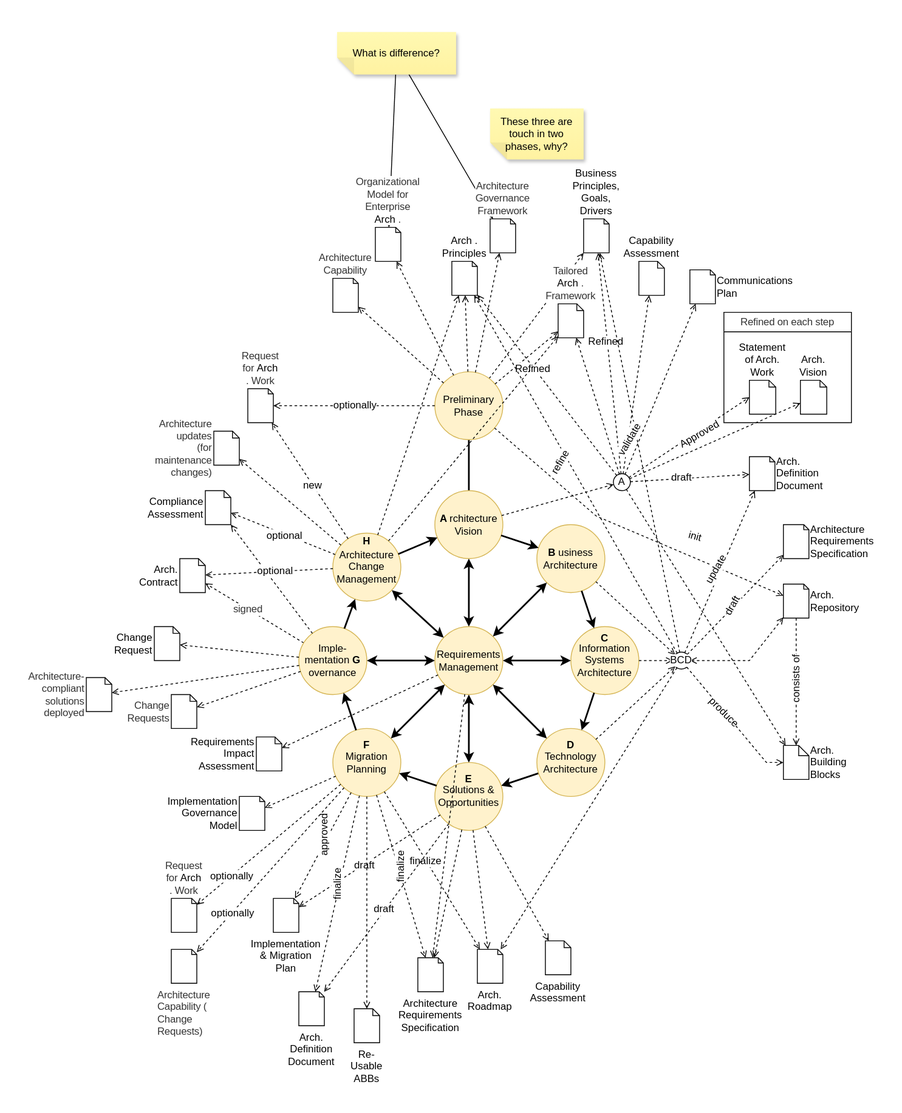
This is togaf-adm.drawio.svg from linnienaryshkin/togaf-architecture-repository, a draw.io export, as it was before one commit. Source tidied: cells renumbered, new cells last; positions are measured from the earlier drawing's top-left corner, leaving out a move shared by most shapes.
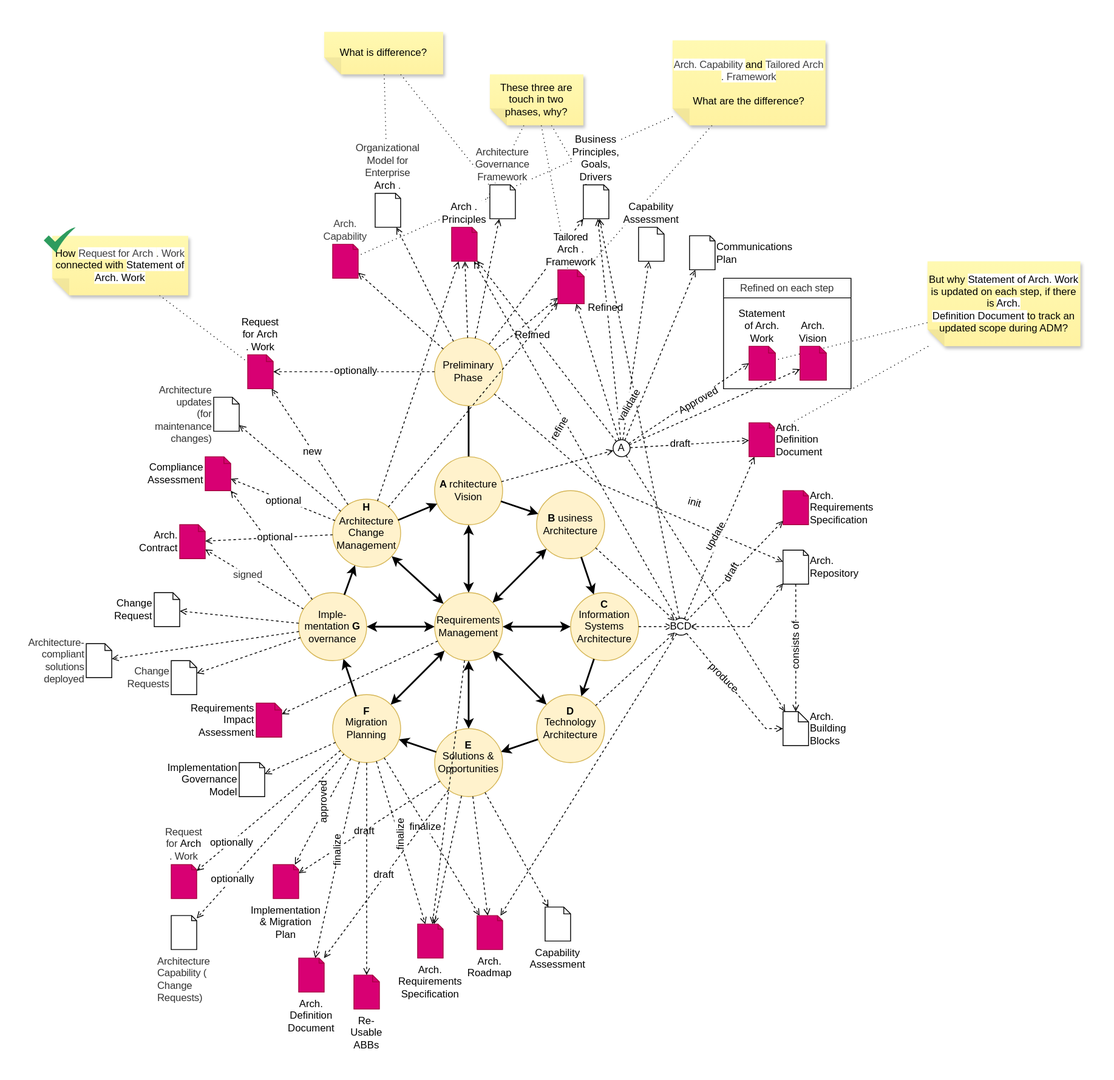
Later version of the same file.

Commit message:
How Request for Arch. Work connected with Statement of Arch. Work

What changed in the source:
```diff
@@ -4,10 +4,34 @@
     <mxCell id="1" parent="0" />
-    <mxCell id="2" style="edgeStyle=none;html=1;fontSize=12;fontFamily=Helvetica;" parent="1" edge="1" source="4" target="100">
+    <mxCell id="2" style="edgeStyle=none;html=1;fontSize=12;fontFamily=Helvetica;dashed=1;dashPattern=1 4;endArrow=none;endFill=0;" parent="1" edge="1" source="4" target="100">
       <mxGeometry relative="1" as="geometry" />
     </mxCell>
-    <mxCell id="3" style="edgeStyle=none;html=1;fontSize=12;fontFamily=Helvetica;" parent="1" edge="1" source="4" target="101">
+    <mxCell id="3" style="edgeStyle=none;html=1;fontSize=12;fontFamily=Helvetica;dashed=1;dashPattern=1 4;endArrow=none;endFill=0;" parent="1" edge="1" source="4" target="101">
       <mxGeometry relative="1" as="geometry" />
     </mxCell>
+    <mxCell id="151" style="edgeStyle=none;html=1;fontSize=12;fontFamily=Helvetica;dashed=1;dashPattern=1 4;endArrow=none;endFill=0;" parent="1" edge="1" source="107" target="82">
+      <mxGeometry relative="1" as="geometry" />
+    </mxCell>
+    <mxCell id="152" style="edgeStyle=none;html=1;fontSize=12;fontFamily=Helvetica;dashed=1;dashPattern=1 4;endArrow=none;endFill=0;" parent="1" edge="1" source="107" target="96">
+      <mxGeometry relative="1" as="geometry" />
+    </mxCell>
+    <mxCell id="153" style="edgeStyle=none;html=1;fontSize=12;fontFamily=Helvetica;dashed=1;dashPattern=1 4;endArrow=none;endFill=0;" parent="1" edge="1" source="107" target="97">
+      <mxGeometry relative="1" as="geometry" />
+    </mxCell>
+    <mxCell id="154" style="edgeStyle=none;html=1;fontSize=12;fontFamily=Helvetica;dashed=1;dashPattern=1 4;endArrow=none;endFill=0;" parent="1" edge="1" source="160" target="99">
+      <mxGeometry relative="1" as="geometry" />
+    </mxCell>
+    <mxCell id="155" style="edgeStyle=none;html=1;fontSize=12;fontFamily=Helvetica;dashed=1;dashPattern=1 4;endArrow=none;endFill=0;" parent="1" edge="1" source="160" target="96">
+      <mxGeometry relative="1" as="geometry" />
+    </mxCell>
+    <mxCell id="156" style="edgeStyle=none;html=1;dashed=1;dashPattern=1 4;endArrow=none;endFill=0;" parent="1" edge="1" source="159" target="98">
+      <mxGeometry relative="1" as="geometry" />
+    </mxCell>
+    <mxCell id="157" style="edgeStyle=none;html=1;dashed=1;dashPattern=1 4;endArrow=none;endFill=0;" parent="1" edge="1" source="162" target="93">
+      <mxGeometry relative="1" as="geometry" />
+    </mxCell>
+    <mxCell id="158" style="edgeStyle=none;html=1;dashed=1;dashPattern=1 4;endArrow=none;endFill=0;" parent="1" edge="1" source="162" target="125">
+      <mxGeometry relative="1" as="geometry" />
+    </mxCell>
     <mxCell id="4" value="What is difference?" style="shape=note;whiteSpace=wrap;html=1;backgroundOutline=1;fontColor=#000000;darkOpacity=0.05;fillColor=#FFF9B2;strokeColor=none;fillStyle=solid;direction=west;gradientDirection=north;gradientColor=#FFF2A1;shadow=1;size=20;fontSize=12;fontFamily=Helvetica;" parent="1" vertex="1">
-      <mxGeometry x="295" width="140" height="50" as="geometry" />
+      <mxGeometry x="280" y="40" width="140" height="50" as="geometry" />
     </mxCell>
@@ -264,3 +288,3 @@
     </mxCell>
-    <mxCell id="80" value="Arch. Contract" style="shape=note;whiteSpace=wrap;html=1;fontSize=12;size=8;labelPosition=left;verticalLabelPosition=middle;align=right;verticalAlign=middle;labelBackgroundColor=default;fontFamily=Helvetica;" parent="1" vertex="1">
+    <mxCell id="80" value="Arch. Contract" style="shape=note;whiteSpace=wrap;html=1;fontSize=12;size=8;labelPosition=left;verticalLabelPosition=middle;align=right;verticalAlign=middle;labelBackgroundColor=default;fontFamily=Helvetica;fillColor=#d80073;fontColor=#000000;strokeColor=#A50040;" parent="1" vertex="1">
       <mxGeometry x="110" y="620" width="30" height="40" as="geometry" />
@@ -270,3 +294,3 @@
     </mxCell>
-    <mxCell id="82" value="&lt;span style=&quot;color: rgb(0, 0, 0);&quot;&gt;Arch&lt;/span&gt;. Principles" style="shape=note;whiteSpace=wrap;html=1;fontSize=12;size=6;labelPosition=center;verticalLabelPosition=top;align=center;verticalAlign=bottom;labelBackgroundColor=default;fontFamily=Helvetica;" parent="1" vertex="1">
+    <mxCell id="82" value="&lt;span style=&quot;&quot;&gt;Arch&lt;/span&gt;. Principles" style="shape=note;whiteSpace=wrap;html=1;fontSize=12;size=6;labelPosition=center;verticalLabelPosition=top;align=center;verticalAlign=bottom;labelBackgroundColor=default;fontFamily=Helvetica;fillColor=#d80073;fontColor=#000000;strokeColor=#A50040;" parent="1" vertex="1">
       <mxGeometry x="430" y="270" width="30" height="40" as="geometry" />
@@ -286,3 +310,3 @@
     </mxCell>
-    <mxCell id="86" value="Arch. Roadmap" style="shape=note;whiteSpace=wrap;html=1;fontSize=12;size=6;labelPosition=center;verticalLabelPosition=bottom;align=center;verticalAlign=top;labelBackgroundColor=default;fontFamily=Helvetica;" parent="1" vertex="1">
+    <mxCell id="86" value="Arch. Roadmap" style="shape=note;whiteSpace=wrap;html=1;fontSize=12;size=6;labelPosition=center;verticalLabelPosition=bottom;align=center;verticalAlign=top;labelBackgroundColor=default;fontFamily=Helvetica;fillColor=#d80073;fontColor=#000000;strokeColor=#A50040;" parent="1" vertex="1">
       <mxGeometry x="460" y="1080" width="30" height="40" as="geometry" />
@@ -298,6 +322,6 @@
     </mxCell>
-    <mxCell id="90" value="Compliance Assessment" style="shape=note;whiteSpace=wrap;html=1;fontSize=12;size=8;labelPosition=left;verticalLabelPosition=middle;align=right;verticalAlign=middle;labelBackgroundColor=default;fontFamily=Helvetica;" parent="1" vertex="1">
+    <mxCell id="90" value="Compliance Assessment" style="shape=note;whiteSpace=wrap;html=1;fontSize=12;size=8;labelPosition=left;verticalLabelPosition=middle;align=right;verticalAlign=middle;labelBackgroundColor=default;fontFamily=Helvetica;fillColor=#d80073;fontColor=#000000;strokeColor=#A50040;" parent="1" vertex="1">
       <mxGeometry x="140" y="540" width="30" height="40" as="geometry" />
     </mxCell>
-    <mxCell id="91" value="Implementation &amp;amp; Migration Plan" style="shape=note;whiteSpace=wrap;html=1;fontSize=12;size=6;labelPosition=center;verticalLabelPosition=bottom;align=center;verticalAlign=top;labelBackgroundColor=default;fontFamily=Helvetica;" parent="1" vertex="1">
+    <mxCell id="91" value="Implementation &amp;amp; Migration Plan" style="shape=note;whiteSpace=wrap;html=1;fontSize=12;size=6;labelPosition=center;verticalLabelPosition=bottom;align=center;verticalAlign=top;labelBackgroundColor=default;fontFamily=Helvetica;fillColor=#d80073;fontColor=#000000;strokeColor=#A50040;" parent="1" vertex="1">
       <mxGeometry x="220" y="1020" width="30" height="40" as="geometry" />
@@ -307,13 +331,13 @@
     </mxCell>
-    <mxCell id="93" value="Arch.&lt;br&gt;Definition Document" style="shape=note;whiteSpace=wrap;html=1;fontSize=12;size=6;labelPosition=right;verticalLabelPosition=middle;align=left;verticalAlign=middle;labelBackgroundColor=default;fontFamily=Helvetica;" parent="1" vertex="1">
+    <mxCell id="93" value="Arch.&lt;br&gt;Definition Document" style="shape=note;whiteSpace=wrap;html=1;fontSize=12;size=6;labelPosition=right;verticalLabelPosition=middle;align=left;verticalAlign=middle;labelBackgroundColor=default;fontFamily=Helvetica;fillColor=#d80073;fontColor=#000000;strokeColor=#A50040;" parent="1" vertex="1">
       <mxGeometry x="780" y="500" width="30" height="40" as="geometry" />
     </mxCell>
-    <mxCell id="94" value="Requirements Impact Assessment" style="shape=note;whiteSpace=wrap;html=1;fontSize=12;size=8;labelPosition=left;verticalLabelPosition=middle;align=right;verticalAlign=middle;labelBackgroundColor=default;fontFamily=Helvetica;" parent="1" vertex="1">
+    <mxCell id="94" value="Requirements Impact Assessment" style="shape=note;whiteSpace=wrap;html=1;fontSize=12;size=8;labelPosition=left;verticalLabelPosition=middle;align=right;verticalAlign=middle;labelBackgroundColor=default;fontFamily=Helvetica;fillColor=#d80073;fontColor=#000000;strokeColor=#A50040;" parent="1" vertex="1">
       <mxGeometry x="200" y="830" width="30" height="40" as="geometry" />
     </mxCell>
-    <mxCell id="95" value="Re-Usable ABBs" style="shape=note;whiteSpace=wrap;html=1;fontSize=12;size=8;labelPosition=center;verticalLabelPosition=bottom;align=center;verticalAlign=top;labelBackgroundColor=default;fontFamily=Helvetica;" parent="1" vertex="1">
+    <mxCell id="95" value="Re-Usable ABBs" style="shape=note;whiteSpace=wrap;html=1;fontSize=12;size=8;labelPosition=center;verticalLabelPosition=bottom;align=center;verticalAlign=top;labelBackgroundColor=default;fontFamily=Helvetica;fillColor=#d80073;fontColor=#000000;strokeColor=#A50040;" parent="1" vertex="1">
       <mxGeometry x="315" y="1150" width="30" height="40" as="geometry" />
     </mxCell>
-    <mxCell id="96" value="&lt;span style=&quot;color: rgba(0, 0, 0, 0.8); letter-spacing: -0.17px; text-align: left;&quot;&gt;Tailored&amp;nbsp;&lt;span style=&quot;color: rgb(0, 0, 0); letter-spacing: normal; text-align: center;&quot;&gt;Arch&lt;/span&gt;. Framework&lt;/span&gt;" style="shape=note;whiteSpace=wrap;html=1;fontSize=12;size=8;labelPosition=center;verticalLabelPosition=top;align=center;verticalAlign=bottom;labelBackgroundColor=default;fontFamily=Helvetica;" parent="1" vertex="1">
-      <mxGeometry x="555" y="320" width="30" height="40" as="geometry" />
+    <mxCell id="96" value="&lt;span style=&quot;letter-spacing: -0.17px; text-align: left;&quot;&gt;Tailored&amp;nbsp;&lt;span style=&quot;letter-spacing: normal; text-align: center;&quot;&gt;Arch&lt;/span&gt;. Framework&lt;/span&gt;" style="shape=note;whiteSpace=wrap;html=1;fontSize=12;size=8;labelPosition=center;verticalLabelPosition=top;align=center;verticalAlign=bottom;labelBackgroundColor=default;fontFamily=Helvetica;fillColor=#d80073;fontColor=#000000;strokeColor=#A50040;" parent="1" vertex="1">
+      <mxGeometry x="555" y="320" width="31" height="40" as="geometry" />
     </mxCell>
@@ -322,6 +346,6 @@
     </mxCell>
-    <mxCell id="98" value="&lt;span style=&quot;color: rgba(0, 0, 0, 0.8); letter-spacing: -0.17px; text-align: left;&quot;&gt;Request for&amp;nbsp;&lt;span style=&quot;color: rgb(0, 0, 0); letter-spacing: normal; text-align: center;&quot;&gt;Arch&lt;/span&gt;. Work&lt;/span&gt;" style="shape=note;whiteSpace=wrap;html=1;fontSize=12;size=6;labelPosition=center;verticalLabelPosition=top;align=center;verticalAlign=bottom;labelBackgroundColor=default;fontFamily=Helvetica;" parent="1" vertex="1">
+    <mxCell id="98" value="&lt;span style=&quot;letter-spacing: -0.17px; text-align: left;&quot;&gt;Request for&amp;nbsp;&lt;span style=&quot;letter-spacing: normal; text-align: center;&quot;&gt;Arch&lt;/span&gt;. Work&lt;/span&gt;" style="shape=note;whiteSpace=wrap;html=1;fontSize=12;size=8;labelPosition=center;verticalLabelPosition=top;align=center;verticalAlign=bottom;labelBackgroundColor=default;fontFamily=Helvetica;fillColor=#d80073;fontColor=#000000;strokeColor=#A50040;" parent="1" vertex="1">
       <mxGeometry x="190" y="420" width="30" height="40" as="geometry" />
     </mxCell>
-    <mxCell id="99" value="&lt;span style=&quot;color: rgba(0, 0, 0, 0.8); letter-spacing: -0.17px; text-align: left;&quot;&gt;Architecture Capability&lt;/span&gt;" style="shape=note;whiteSpace=wrap;html=1;fontSize=12;size=6;labelPosition=center;verticalLabelPosition=top;align=center;verticalAlign=bottom;labelBackgroundColor=default;fontFamily=Helvetica;" parent="1" vertex="1">
+    <mxCell id="99" value="&lt;span style=&quot;color: rgb(63, 63, 63); letter-spacing: -0.17px; text-align: left;&quot;&gt;Arch. Capability&lt;/span&gt;" style="shape=note;whiteSpace=wrap;html=1;fontSize=12;size=6;labelPosition=center;verticalLabelPosition=top;align=center;verticalAlign=bottom;labelBackgroundColor=default;fontFamily=Helvetica;fillColor=#d80073;fontColor=#000000;strokeColor=#A50040;" parent="1" vertex="1">
       <mxGeometry x="290" y="290" width="30" height="40" as="geometry" />
@@ -371,3 +395,3 @@
     </mxCell>
-    <mxCell id="113" value="Architecture Requirements Specification" style="shape=note;whiteSpace=wrap;html=1;fontSize=12;size=6;labelPosition=right;verticalLabelPosition=middle;align=left;verticalAlign=middle;labelBackgroundColor=default;fontFamily=Helvetica;" parent="1" vertex="1">
+    <mxCell id="113" value="&lt;span style=&quot;color: rgb(0, 0, 0); text-align: right;&quot;&gt;Arch. Requirements Specification&lt;/span&gt;" style="shape=note;whiteSpace=wrap;html=1;fontSize=12;size=6;labelPosition=right;verticalLabelPosition=middle;align=left;verticalAlign=middle;labelBackgroundColor=default;fontFamily=Helvetica;fillColor=#d80073;fontColor=#ffffff;strokeColor=#A50040;" parent="1" vertex="1">
       <mxGeometry x="820" y="580" width="30" height="40" as="geometry" />
@@ -382,6 +406,6 @@
     </mxCell>
-    <mxCell id="116" value="Arch.&lt;br&gt;Definition Document" style="shape=note;whiteSpace=wrap;html=1;fontSize=12;size=6;labelPosition=center;verticalLabelPosition=bottom;align=center;verticalAlign=top;labelBackgroundColor=default;fontFamily=Helvetica;" parent="1" vertex="1">
+    <mxCell id="116" value="Arch.&lt;br&gt;Definition Document" style="shape=note;whiteSpace=wrap;html=1;fontSize=12;size=6;labelPosition=center;verticalLabelPosition=bottom;align=center;verticalAlign=top;labelBackgroundColor=default;fontFamily=Helvetica;fillColor=#d80073;fontColor=#000000;strokeColor=#A50040;" parent="1" vertex="1">
       <mxGeometry x="250" y="1130" width="30" height="40" as="geometry" />
     </mxCell>
-    <mxCell id="117" value="Architecture Requirements Specification" style="shape=note;whiteSpace=wrap;html=1;fontSize=12;size=6;labelPosition=center;verticalLabelPosition=bottom;align=center;verticalAlign=top;labelBackgroundColor=default;fontFamily=Helvetica;" parent="1" vertex="1">
+    <mxCell id="117" value="&lt;span style=&quot;color: rgb(0, 0, 0); text-align: right;&quot;&gt;Arch. Requirements Specification&lt;/span&gt;" style="shape=note;whiteSpace=wrap;html=1;fontSize=12;size=6;labelPosition=center;verticalLabelPosition=bottom;align=center;verticalAlign=top;labelBackgroundColor=default;fontFamily=Helvetica;fillColor=#d80073;fontColor=#000000;strokeColor=#A50040;" parent="1" vertex="1">
       <mxGeometry x="390" y="1090" width="30" height="40" as="geometry" />
@@ -409,6 +433,6 @@
     </mxCell>
-    <mxCell id="125" value="Statement of Arch. Work" style="shape=note;whiteSpace=wrap;html=1;fontSize=12;size=8;labelPosition=center;verticalLabelPosition=top;align=center;verticalAlign=bottom;labelBackgroundColor=default;fontFamily=Helvetica;" parent="124" vertex="1">
+    <mxCell id="125" value="Statement of Arch. Work" style="shape=note;whiteSpace=wrap;html=1;fontSize=12;size=8;labelPosition=center;verticalLabelPosition=top;align=center;verticalAlign=bottom;labelBackgroundColor=default;fontFamily=Helvetica;fillColor=#d80073;fontColor=#000000;strokeColor=#A50040;" parent="124" vertex="1">
       <mxGeometry x="30" y="80" width="31" height="40" as="geometry" />
     </mxCell>
-    <mxCell id="126" value="Arch. Vision" style="shape=note;whiteSpace=wrap;html=1;fontSize=12;size=8;labelPosition=center;verticalLabelPosition=top;align=center;verticalAlign=bottom;labelBackgroundColor=default;fontFamily=Helvetica;" parent="124" vertex="1">
+    <mxCell id="126" value="Arch. Vision" style="shape=note;whiteSpace=wrap;html=1;fontSize=12;size=8;labelPosition=center;verticalLabelPosition=top;align=center;verticalAlign=bottom;labelBackgroundColor=default;fontFamily=Helvetica;fillColor=#d80073;fontColor=#000000;strokeColor=#A50040;" parent="124" vertex="1">
       <mxGeometry x="90" y="80" width="31" height="40" as="geometry" />
@@ -431,3 +455,3 @@
     </mxCell>
-    <mxCell id="131" value="&lt;span style=&quot;color: rgba(0, 0, 0, 0.8); letter-spacing: -0.17px; text-align: left;&quot;&gt;Request for&amp;nbsp;&lt;span style=&quot;color: rgb(0, 0, 0); letter-spacing: normal; text-align: center;&quot;&gt;Arch&lt;/span&gt;. Work&lt;/span&gt;" style="shape=note;whiteSpace=wrap;html=1;fontSize=12;size=6;labelPosition=center;verticalLabelPosition=top;align=center;verticalAlign=bottom;labelBackgroundColor=default;fontFamily=Helvetica;" parent="1" vertex="1">
+    <mxCell id="131" value="&lt;span style=&quot;color: rgba(0, 0, 0, 0.8); letter-spacing: -0.17px; text-align: left;&quot;&gt;Request for&amp;nbsp;&lt;span style=&quot;color: rgb(0, 0, 0); letter-spacing: normal; text-align: center;&quot;&gt;Arch&lt;/span&gt;. Work&lt;/span&gt;" style="shape=note;whiteSpace=wrap;html=1;fontSize=12;size=6;labelPosition=center;verticalLabelPosition=top;align=center;verticalAlign=bottom;labelBackgroundColor=default;fontFamily=Helvetica;fillColor=#d80073;fontColor=#ffffff;strokeColor=#A50040;" parent="1" vertex="1">
       <mxGeometry x="100" y="1020" width="30" height="40" as="geometry" />
@@ -491,2 +515,14 @@
     </mxCell>
+    <mxCell id="159" value="How&amp;nbsp;&lt;span style=&quot;color: rgb(63, 63, 63); letter-spacing: -0.17px; text-align: left; background-color: rgb(255, 255, 255);&quot;&gt;Request for&amp;nbsp;&lt;/span&gt;&lt;span style=&quot;color: rgb(63, 63, 63); background-color: rgb(255, 255, 255);&quot;&gt;Arch&lt;/span&gt;&lt;span style=&quot;color: rgb(63, 63, 63); letter-spacing: -0.17px; text-align: left; background-color: rgb(255, 255, 255);&quot;&gt;. Work&lt;/span&gt;&amp;nbsp;connected with&amp;nbsp;&lt;span style=&quot;color: rgb(0, 0, 0); text-align: right; background-color: rgb(255, 255, 255);&quot;&gt;Statement of Arch. Work&lt;/span&gt;" style="shape=note;whiteSpace=wrap;html=1;backgroundOutline=1;fontColor=#000000;darkOpacity=0.05;fillColor=#FFF9B2;strokeColor=none;fillStyle=solid;direction=west;gradientDirection=north;gradientColor=#FFF2A1;shadow=1;size=20;" parent="1" vertex="1">
+      <mxGeometry x="-40" y="280" width="160" height="70" as="geometry" />
+    </mxCell>
+    <mxCell id="160" value="&lt;span style=&quot;color: rgb(63, 63, 63); letter-spacing: -0.17px; text-align: left; background-color: rgb(255, 255, 255);&quot;&gt;Arch. Capability&lt;/span&gt;&amp;nbsp;and&amp;nbsp;&lt;span style=&quot;color: rgb(63, 63, 63); letter-spacing: -0.17px; text-align: left; background-color: rgb(255, 255, 255);&quot;&gt;Tailored&amp;nbsp;&lt;/span&gt;&lt;span style=&quot;color: rgb(63, 63, 63); background-color: rgb(255, 255, 255);&quot;&gt;Arch&lt;/span&gt;&lt;span style=&quot;color: rgb(63, 63, 63); letter-spacing: -0.17px; text-align: left; background-color: rgb(255, 255, 255);&quot;&gt;. Framework&lt;/span&gt;&lt;div&gt;&lt;br&gt;&lt;/div&gt;&lt;div&gt;What are the difference?&lt;/div&gt;" style="shape=note;whiteSpace=wrap;html=1;backgroundOutline=1;fontColor=#000000;darkOpacity=0.05;fillColor=#FFF9B2;strokeColor=none;fillStyle=solid;direction=west;gradientDirection=north;gradientColor=#FFF2A1;shadow=1;size=20;" parent="1" vertex="1">
+      <mxGeometry x="690" y="50" width="180" height="100" as="geometry" />
+    </mxCell>
+    <mxCell id="161" style="sketch=0;html=1;strokeColor=none;shadow=0;align=center;fillColor=#2D9C5E;verticalAlign=top;labelPosition=center;verticalLabelPosition=bottom;shape=mxgraph.gcp2.check;" parent="1" vertex="1">
+      <mxGeometry x="-50" y="270" width="37.5" height="30" as="geometry" />
+    </mxCell>
+    <mxCell id="162" value="But why&amp;nbsp;&lt;span style=&quot;color: rgb(0, 0, 0); background-color: rgb(255, 255, 255);&quot;&gt;Statement of Arch. Work&lt;/span&gt;&amp;nbsp;is updated on each step, if there is&amp;nbsp;&lt;span style=&quot;color: rgb(0, 0, 0); text-align: left; background-color: rgb(255, 255, 255);&quot;&gt;Arch.&lt;/span&gt;&lt;br style=&quot;text-align: left;&quot;&gt;&lt;span style=&quot;color: rgb(0, 0, 0); text-align: left; background-color: rgb(255, 255, 255);&quot;&gt;Definition Document&lt;/span&gt;&amp;nbsp;to track an updated scope during ADM?" style="shape=note;whiteSpace=wrap;html=1;backgroundOutline=1;fontColor=#000000;darkOpacity=0.05;fillColor=#FFF9B2;strokeColor=none;fillStyle=solid;direction=west;gradientDirection=north;gradientColor=#FFF2A1;shadow=1;size=20;" parent="1" vertex="1">
+      <mxGeometry x="990" y="310" width="180" height="100" as="geometry" />
+    </mxCell>
   </root>
```
